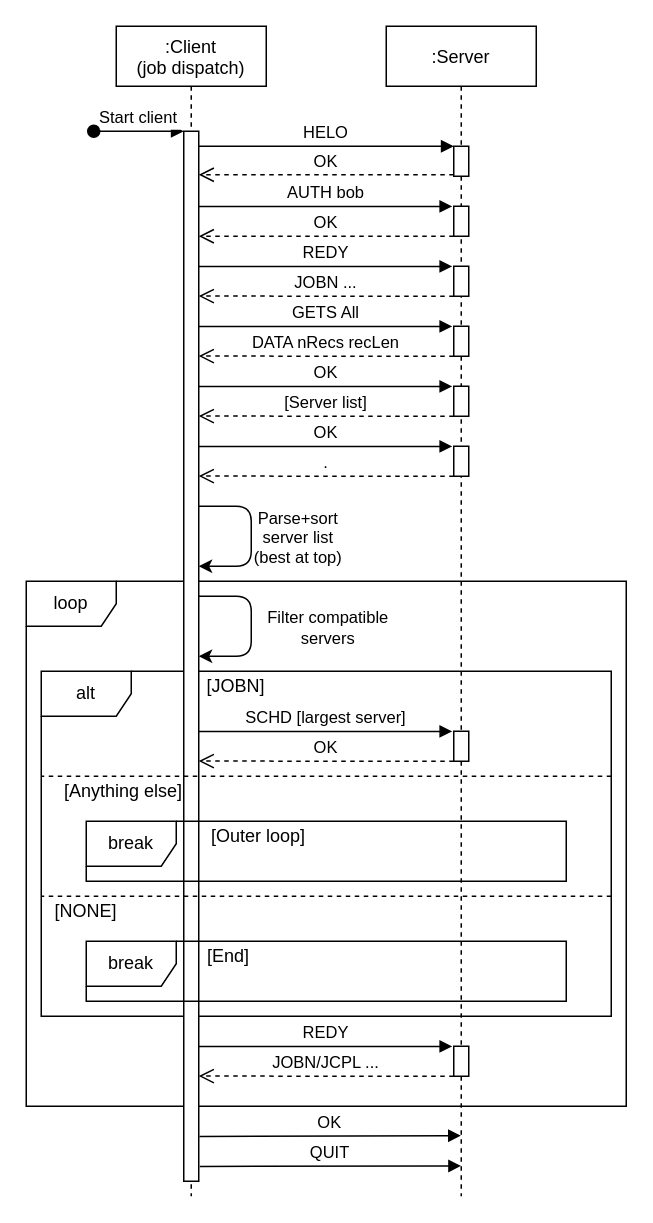
Before: COMP3100 Stage1.drawio in Shadoweagle7/COMP3100-Project, a draw.io diagram. Source tidied: cells renumbered, new cells numbered last; positions are measured from the earlier drawing's top-left corner, leaving out a move shared by most shapes. Both pictures are drawn from the tidied source at 150%, with x=0, y=0 at pixel (26, 26).
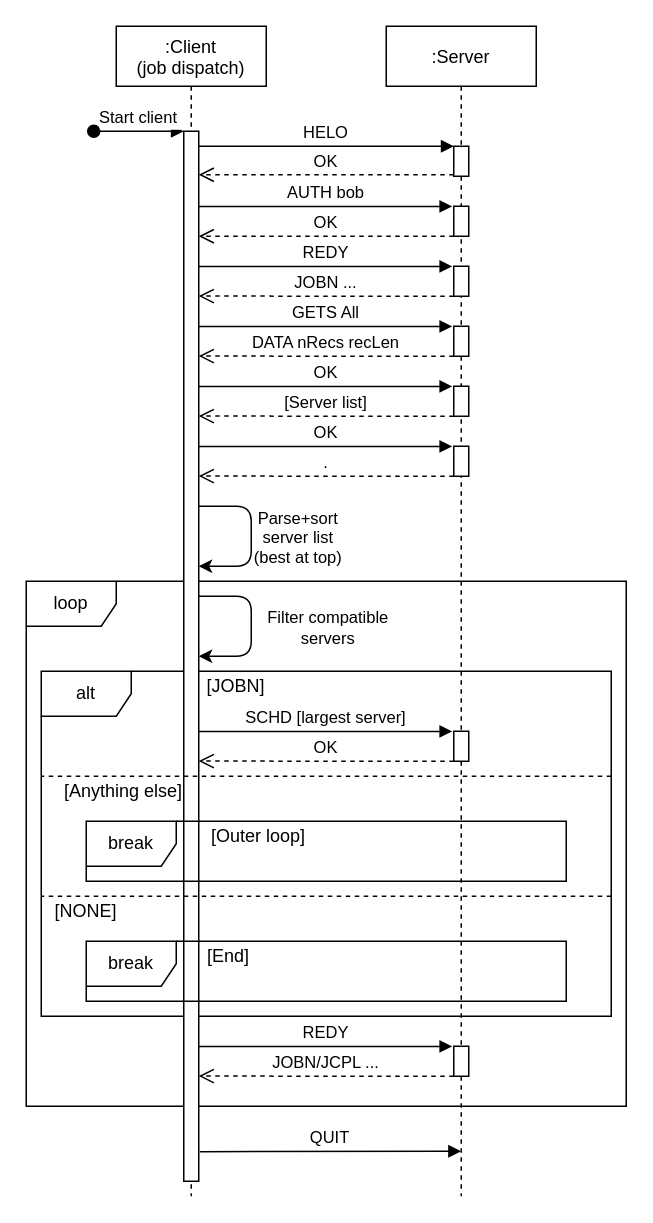
Above is the later version.

The edit, as a diff of the source:
```diff
@@
-    <mxCell id="36" value="OK" style="verticalAlign=bottom;endArrow=block;shadow=0;strokeWidth=1;exitX=1;exitY=0.264;exitDx=0;exitDy=0;exitPerimeter=0;entryX=0.498;entryY=0.96;entryDx=0;entryDy=0;entryPerimeter=0;" parent="1" edge="1">
-      <mxGeometry relative="1" as="geometry">
-        <mxPoint x="115.5" y="740.1" as="sourcePoint" />
-        <mxPoint x="289.8" y="739.6" as="targetPoint" />
-      </mxGeometry>
-    </mxCell>
     <mxCell id="37" value="QUIT" style="verticalAlign=bottom;endArrow=block;shadow=0;strokeWidth=1;exitX=1;exitY=0.264;exitDx=0;exitDy=0;exitPerimeter=0;entryX=0.499;entryY=0.98;entryDx=0;entryDy=0;entryPerimeter=0;" parent="1" edge="1">
       <mxGeometry relative="1" as="geometry">
-        <mxPoint x="115.7" y="760.1" as="sourcePoint" />
-        <mxPoint x="289.9" y="759.8" as="targetPoint" />
+        <mxPoint x="115.7" y="750.3" as="sourcePoint" />
+        <mxPoint x="289.9" y="750" as="targetPoint" />
       </mxGeometry>
     </mxCell>
```
